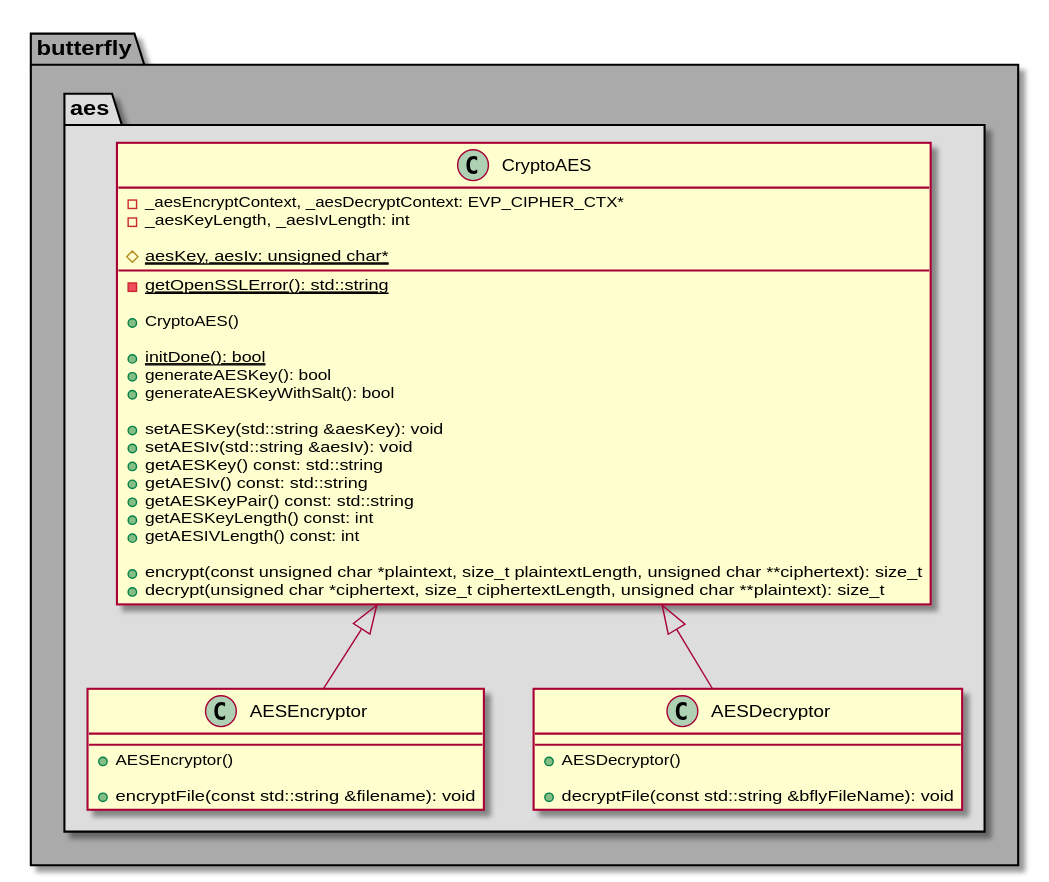
This is architecture/class_diagrams/crypto/aes.svg from bierschi/butterfly, a PlantUML export, as it was before one commit.
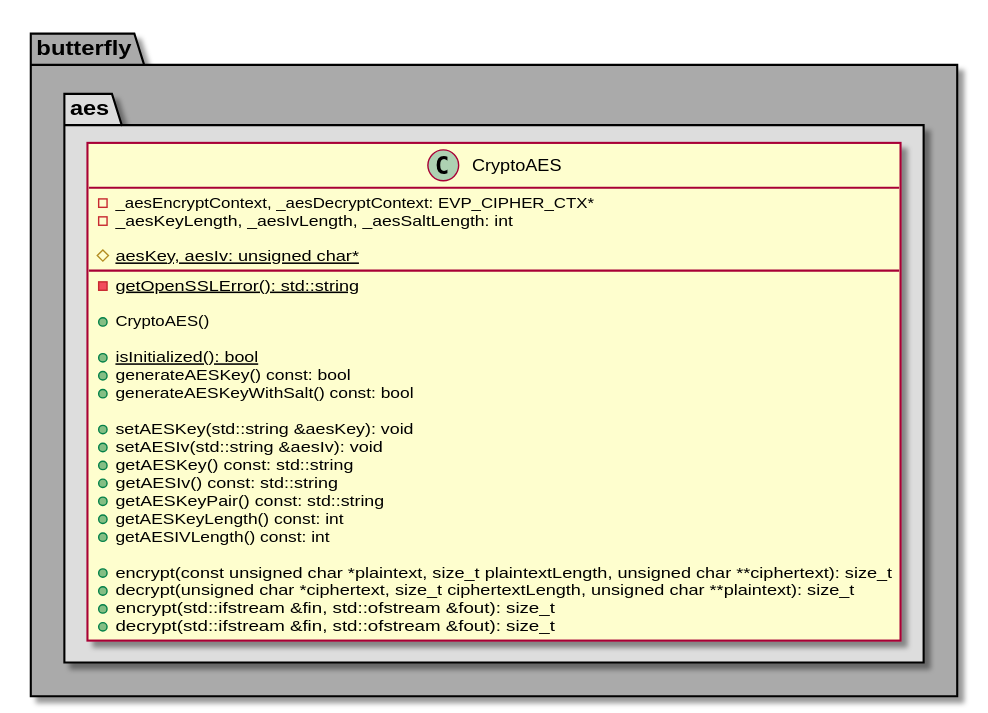
After the change.

Change to the diagram source:
```diff
@@ -9,7 +9,7 @@
 class CryptoAES
 {
     - _aesEncryptContext, _aesDecryptContext: EVP_CIPHER_CTX*
-    - _aesKeyLength, _aesIvLength: int
+    - _aesKeyLength, _aesIvLength, _aesSaltLength: int
 
     # {static} aesKey, aesIv: unsigned char*
 
@@ -17,9 +17,9 @@
 
     + CryptoAES()
 
-    + {static} initDone(): bool
-    + generateAESKey(): bool
-    + generateAESKeyWithSalt(): bool
+    + {static} isInitialized(): bool
+    + generateAESKey() const: bool
+    + generateAESKeyWithSalt() const: bool
 
     + setAESKey(std::string &aesKey): void
     + setAESIv(std::string &aesIv): void
@@ -31,27 +31,12 @@
 
     + encrypt(const unsigned char *plaintext, size_t plaintextLength, unsigned char **ciphertext): size_t
     + decrypt(unsigned char *ciphertext, size_t ciphertextLength, unsigned char **plaintext): size_t
+    + encrypt(std::ifstream &fin, std::ofstream &fout): size_t
+    + decrypt(std::ifstream &fin, std::ofstream &fout): size_t
 }
-
-class AESEncryptor
-{
-    + AESEncryptor()
-
-    + encryptFile(const std::string &filename): void
-
-}
-
-class AESDecryptor
-{
-    + AESDecryptor()
-
-    + decryptFile(const std::string &bflyFileName): void
-}
-
-CryptoAES <|-- AESEncryptor
-CryptoAES <|-- AESDecryptor
 
 }
 
 }
+
 @enduml
```
